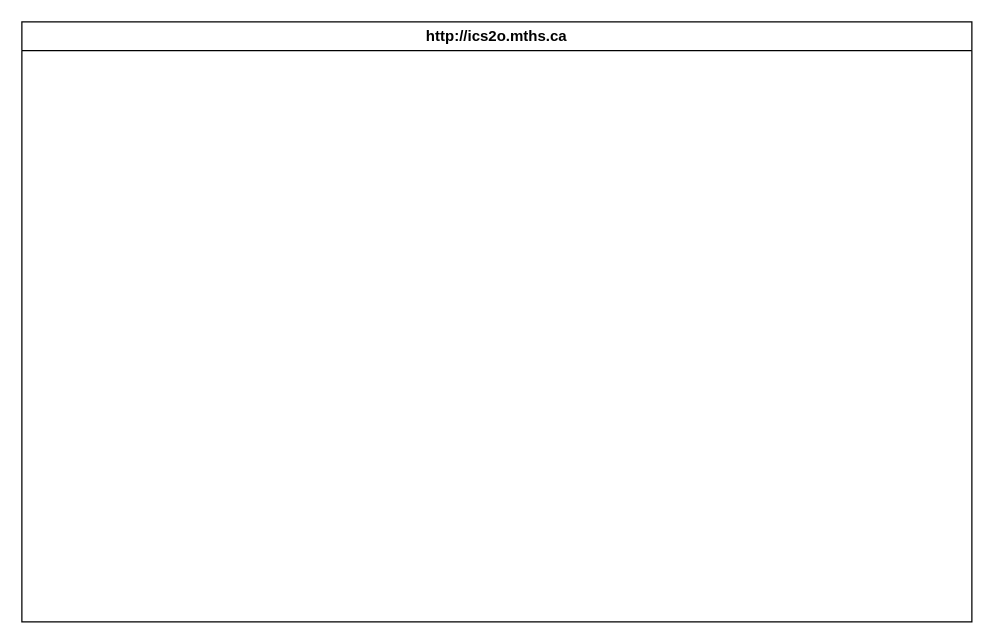
Earlier version of the draw.io diagram design/storyboard.drawio (MTHS-ICS2O-2-2022/ICS2O-Unit-5-02-Lucas-Osmond). Source tidied: cells renumbered, new cells numbered last; positions are measured from the earlier drawing's top-left corner, leaving out a move shared by most shapes. Both pictures are drawn from the tidied source at 125%, with x=0, y=0 at pixel (21, 21).
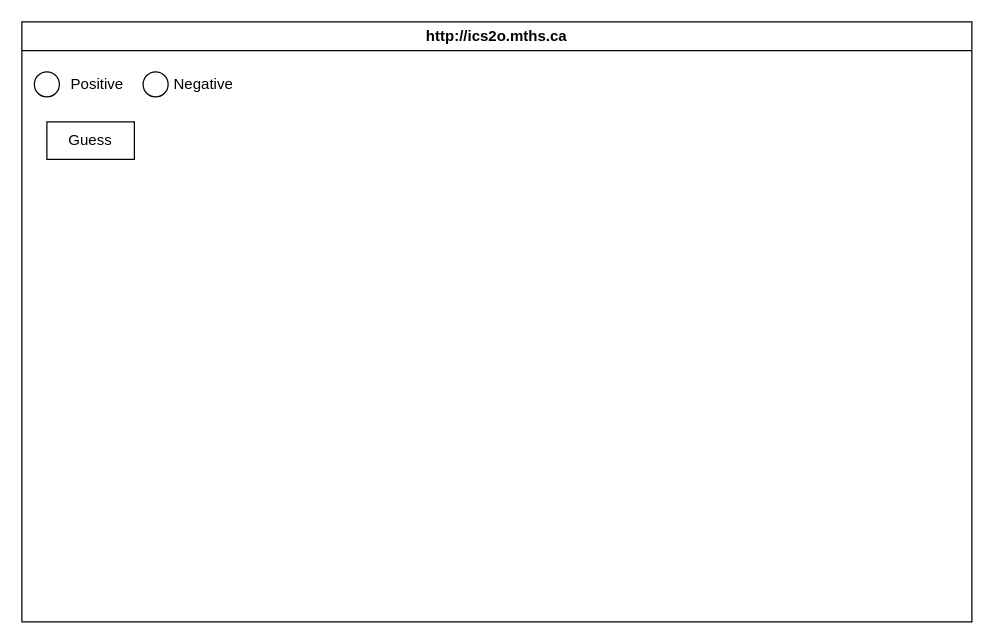
Above is the later version.

Diff of the diagram source:
```diff
@@
 <mxGraphModel>
   <root>
     <mxCell id="0" />
     <mxCell id="1" parent="0" />
     <mxCell id="2" value="http://ics2o.mths.ca" style="swimlane;whiteSpace=wrap;html=1;" parent="1" vertex="1">
       <mxGeometry width="760" height="480" as="geometry" />
     </mxCell>
+    <mxCell id="3" value="Guess" style="rounded=0;whiteSpace=wrap;html=1;" parent="2" vertex="1">
+      <mxGeometry x="20" y="80" width="70" height="30" as="geometry" />
+    </mxCell>
+    <mxCell id="4" style="ellipse;whiteSpace=wrap;html=1;" parent="2" vertex="1">
+      <mxGeometry x="10" y="40" width="20" height="20" as="geometry" />
+    </mxCell>
+    <mxCell id="5" value="Positive" style="text;html=1;align=center;verticalAlign=middle;strokeColor=none;fillColor=none;" parent="2" vertex="1">
+      <mxGeometry x="25" y="35" width="70" height="30" as="geometry" />
+    </mxCell>
+    <mxCell id="6" value="Negative" style="text;html=1;align=center;verticalAlign=middle;strokeColor=none;fillColor=none;" parent="2" vertex="1">
+      <mxGeometry x="110" y="35" width="70" height="30" as="geometry" />
+    </mxCell>
+    <mxCell id="7" style="ellipse;whiteSpace=wrap;html=1;" parent="2" vertex="1">
+      <mxGeometry x="97" y="40" width="20" height="20" as="geometry" />
+    </mxCell>
   </root>
 </mxGraphModel>
```
